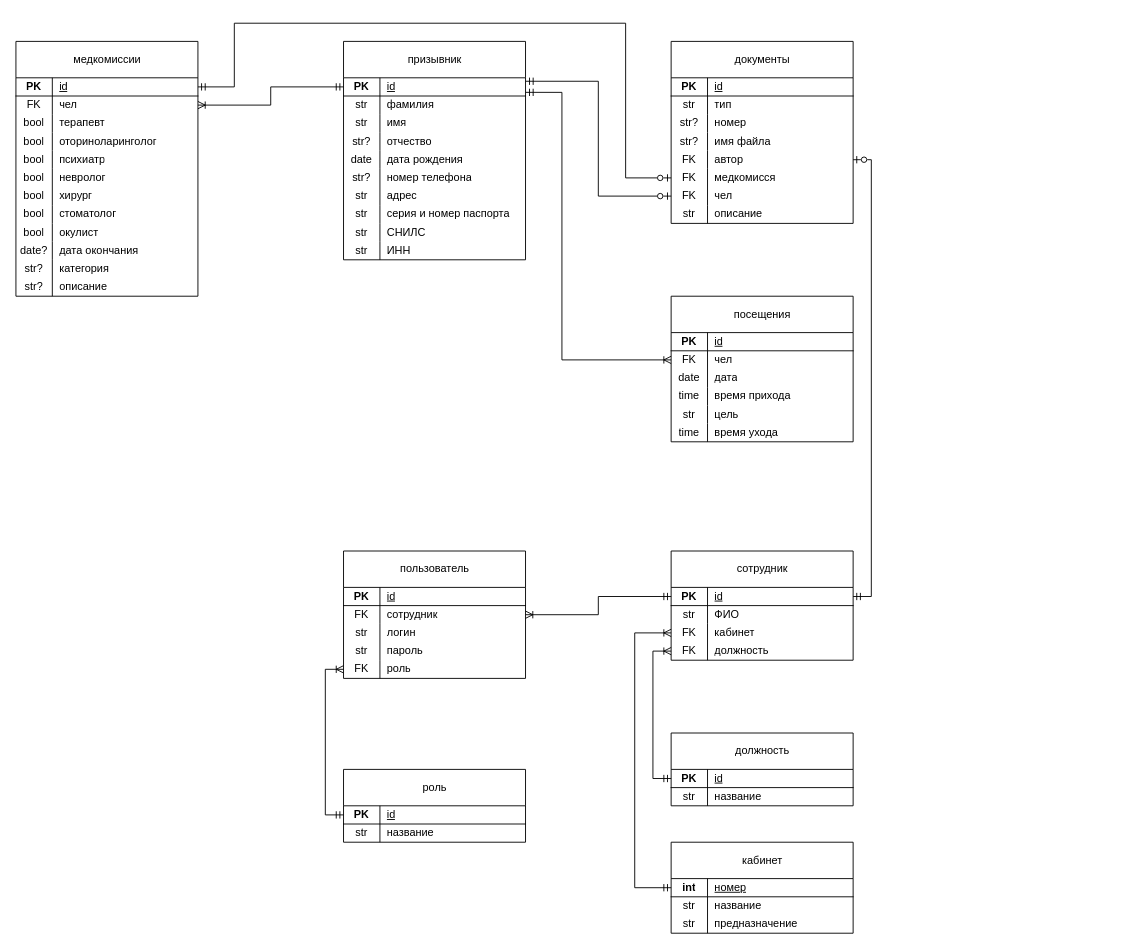
Before: теоретическая часть/схемы/er физическая.drawio in ChesniChok/voenkomat, a draw.io diagram. Source tidied: cells renumbered, new cells numbered last; positions are measured from the earlier drawing's top-left corner, leaving out a move shared by most shapes. Both pictures are drawn from the tidied source at 91%, with x=0, y=0 at pixel (15, 23).
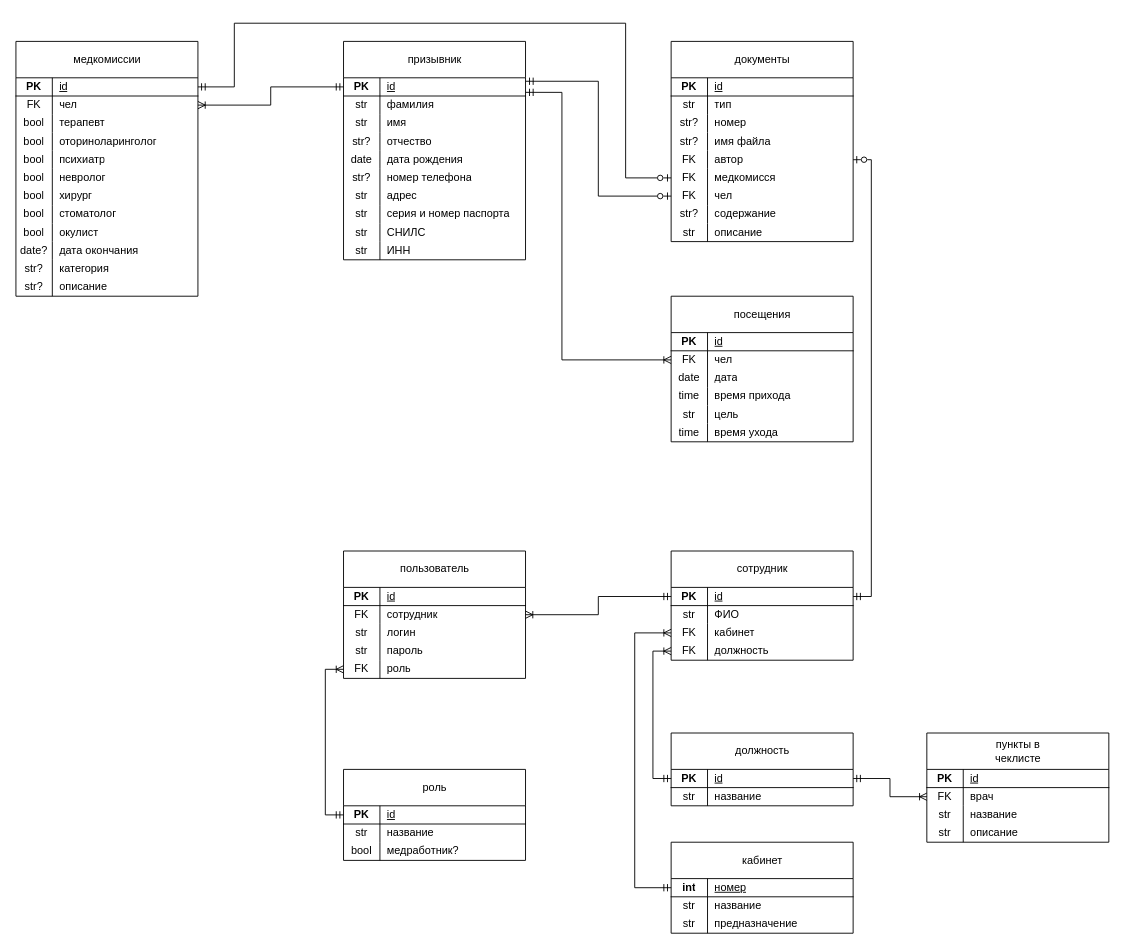
Above is the later version.

Commit message:
новая схема

The change refers to these unchanged cells:
```xml
<mxCell id="92" style="shape=tableRow;horizontal=0;startSize=0;swimlaneHead=0;swimlaneBody=0;fillColor=none;top=0;left=0;right=0;bottom=0;" parent="70" vertex="1">
  <mxGeometry y="180" width="200" height="20" as="geometry" />
</mxCell>
<mxCell id="135" style="shape=tableRow;horizontal=0;startSize=0;swimlaneHead=0;swimlaneBody=0;fillColor=none;points=[[0,0.5],[1,0.5]];portConstraint=eastwest;top=0;left=0;right=0;bottom=1;" parent="134" vertex="1">
  <mxGeometry y="40" width="200" height="20" as="geometry" />
</mxCell>
```

Change to the diagram source:
```diff
@@
     <mxCell id="70" value="&lt;span style=&quot;font-weight: 400; text-wrap-mode: wrap;&quot;&gt;документы&lt;/span&gt;" style="shape=table;startSize=40;childLayout=tableLayout;rowLines=0;fontStyle=1;align=center;html=1;" parent="1" vertex="1">
-      <mxGeometry x="720" y="20" width="200" height="200" as="geometry" />
+      <mxGeometry x="720" y="20" width="200" height="220" as="geometry" />
     </mxCell>
@@
-    <mxCell id="93" value="str" style="shape=partialRectangle;fillColor=none;top=0;left=0;bottom=0;right=0;overflow=hidden;whiteSpace=wrap;html=1;" parent="92" vertex="1">
+    <mxCell id="93" value="str?" style="shape=partialRectangle;fillColor=none;top=0;left=0;bottom=0;right=0;overflow=hidden;whiteSpace=wrap;html=1;" parent="92" vertex="1">
       <mxGeometry width="40" height="20" as="geometry" />
     </mxCell>
-    <mxCell id="94" value="описание" style="shape=partialRectangle;fillColor=none;top=0;left=0;bottom=0;right=0;align=left;spacingLeft=6;overflow=hidden;whiteSpace=wrap;html=1;" parent="92" vertex="1">
+    <mxCell id="94" value="содержание" style="shape=partialRectangle;fillColor=none;top=0;left=0;bottom=0;right=0;align=left;spacingLeft=6;overflow=hidden;whiteSpace=wrap;html=1;" parent="92" vertex="1">
       <mxGeometry x="40" width="160" height="20" as="geometry" />
     </mxCell>
+    <mxCell id="176" style="shape=tableRow;horizontal=0;startSize=0;swimlaneHead=0;swimlaneBody=0;fillColor=none;top=0;left=0;right=0;bottom=0;" parent="70" vertex="1">
+      <mxGeometry y="200" width="200" height="20" as="geometry" />
+    </mxCell>
+    <mxCell id="177" value="str" style="shape=partialRectangle;fillColor=none;top=0;left=0;bottom=0;right=0;overflow=hidden;whiteSpace=wrap;html=1;" parent="176" vertex="1">
+      <mxGeometry width="40" height="20" as="geometry" />
+    </mxCell>
+    <mxCell id="178" value="описание" style="shape=partialRectangle;fillColor=none;top=0;left=0;bottom=0;right=0;align=left;spacingLeft=6;overflow=hidden;whiteSpace=wrap;html=1;" parent="176" vertex="1">
+      <mxGeometry x="40" width="160" height="20" as="geometry" />
+    </mxCell>
@@
     <mxCell id="127" value="&lt;span style=&quot;font-weight: 400; text-wrap-mode: wrap;&quot;&gt;роль&lt;/span&gt;" style="shape=table;startSize=40;childLayout=tableLayout;rowLines=0;fontStyle=1;align=center;html=1;" parent="1" vertex="1">
-      <mxGeometry x="360" y="820" width="200" height="80" as="geometry" />
+      <mxGeometry x="360" y="820" width="200" height="100" as="geometry" />
     </mxCell>
@@
+    <mxCell id="179" style="shape=tableRow;horizontal=0;startSize=0;swimlaneHead=0;swimlaneBody=0;fillColor=none;top=0;left=0;right=0;bottom=0;" parent="127" vertex="1">
+      <mxGeometry y="80" width="200" height="20" as="geometry" />
+    </mxCell>
+    <mxCell id="180" value="bool" style="shape=partialRectangle;fillColor=none;top=0;left=0;bottom=0;right=0;overflow=hidden;whiteSpace=wrap;html=1;" parent="179" vertex="1">
+      <mxGeometry width="40" height="20" as="geometry" />
+    </mxCell>
+    <mxCell id="181" value="медработник?" style="shape=partialRectangle;fillColor=none;top=0;left=0;bottom=0;right=0;align=left;spacingLeft=6;overflow=hidden;whiteSpace=wrap;html=1;" parent="179" vertex="1">
+      <mxGeometry x="40" width="160" height="20" as="geometry" />
+    </mxCell>
@@
+    <mxCell id="182" value="&lt;span style=&quot;font-weight: 400; text-wrap-mode: wrap;&quot;&gt;пункты в чеклисте&lt;/span&gt;" style="shape=table;startSize=40;childLayout=tableLayout;rowLines=0;fontStyle=1;align=center;html=1;" parent="1" vertex="1">
+      <mxGeometry x="1001" y="780" width="200" height="120" as="geometry" />
+    </mxCell>
+    <mxCell id="183" style="shape=tableRow;horizontal=0;startSize=0;swimlaneHead=0;swimlaneBody=0;fillColor=none;top=0;left=0;right=0;bottom=1;" parent="182" vertex="1">
+      <mxGeometry y="40" width="200" height="20" as="geometry" />
+    </mxCell>
+    <mxCell id="184" value="PK" style="shape=partialRectangle;fillColor=none;top=0;left=0;bottom=0;right=0;fontStyle=1;overflow=hidden;whiteSpace=wrap;html=1;" parent="183" vertex="1">
+      <mxGeometry width="40" height="20" as="geometry" />
+    </mxCell>
+    <mxCell id="185" value="&lt;span style=&quot;font-weight: 400;&quot;&gt;id&lt;/span&gt;" style="shape=partialRectangle;fillColor=none;top=0;left=0;bottom=0;right=0;align=left;spacingLeft=6;fontStyle=5;overflow=hidden;whiteSpace=wrap;html=1;" parent="183" vertex="1">
+      <mxGeometry x="40" width="160" height="20" as="geometry" />
+    </mxCell>
+    <mxCell id="186" style="shape=tableRow;horizontal=0;startSize=0;swimlaneHead=0;swimlaneBody=0;fillColor=none;points=[[0,0.5],[1,0.5]];portConstraint=eastwest;top=0;left=0;right=0;bottom=0;" parent="182" vertex="1">
+      <mxGeometry y="60" width="200" height="20" as="geometry" />
+    </mxCell>
+    <mxCell id="187" value="FK" style="shape=partialRectangle;fillColor=none;top=0;left=0;bottom=0;right=0;overflow=hidden;whiteSpace=wrap;html=1;" parent="186" vertex="1">
+      <mxGeometry width="40" height="20" as="geometry" />
+    </mxCell>
+    <mxCell id="188" value="врач" style="shape=partialRectangle;fillColor=none;top=0;left=0;bottom=0;right=0;align=left;spacingLeft=6;overflow=hidden;whiteSpace=wrap;html=1;" parent="186" vertex="1">
+      <mxGeometry x="40" width="160" height="20" as="geometry" />
+    </mxCell>
+    <mxCell id="189" style="shape=tableRow;horizontal=0;startSize=0;swimlaneHead=0;swimlaneBody=0;fillColor=none;top=0;left=0;right=0;bottom=0;" parent="182" vertex="1">
+      <mxGeometry y="80" width="200" height="20" as="geometry" />
+    </mxCell>
+    <mxCell id="190" value="str" style="shape=partialRectangle;fillColor=none;top=0;left=0;bottom=0;right=0;overflow=hidden;whiteSpace=wrap;html=1;" parent="189" vertex="1">
+      <mxGeometry width="40" height="20" as="geometry" />
+    </mxCell>
+    <mxCell id="191" value="название" style="shape=partialRectangle;fillColor=none;top=0;left=0;bottom=0;right=0;align=left;spacingLeft=6;overflow=hidden;whiteSpace=wrap;html=1;" parent="189" vertex="1">
+      <mxGeometry x="40" width="160" height="20" as="geometry" />
+    </mxCell>
+    <mxCell id="192" style="shape=tableRow;horizontal=0;startSize=0;swimlaneHead=0;swimlaneBody=0;fillColor=none;top=0;left=0;right=0;bottom=0;" parent="182" vertex="1">
+      <mxGeometry y="100" width="200" height="20" as="geometry" />
+    </mxCell>
+    <mxCell id="193" value="str" style="shape=partialRectangle;fillColor=none;top=0;left=0;bottom=0;right=0;overflow=hidden;whiteSpace=wrap;html=1;" parent="192" vertex="1">
+      <mxGeometry width="40" height="20" as="geometry" />
+    </mxCell>
+    <mxCell id="194" value="описание" style="shape=partialRectangle;fillColor=none;top=0;left=0;bottom=0;right=0;align=left;spacingLeft=6;overflow=hidden;whiteSpace=wrap;html=1;" parent="192" vertex="1">
+      <mxGeometry x="40" width="160" height="20" as="geometry" />
+    </mxCell>
+    <mxCell id="195" style="edgeStyle=orthogonalEdgeStyle;rounded=0;jettySize=auto;html=1;entryX=1;entryY=0.5;entryDx=0;entryDy=0;endArrow=ERmandOne;endFill=0;startArrow=ERoneToMany;startFill=0;" parent="1" edge="1" source="186" target="135">
+      <mxGeometry relative="1" as="geometry" />
+    </mxCell>
```
